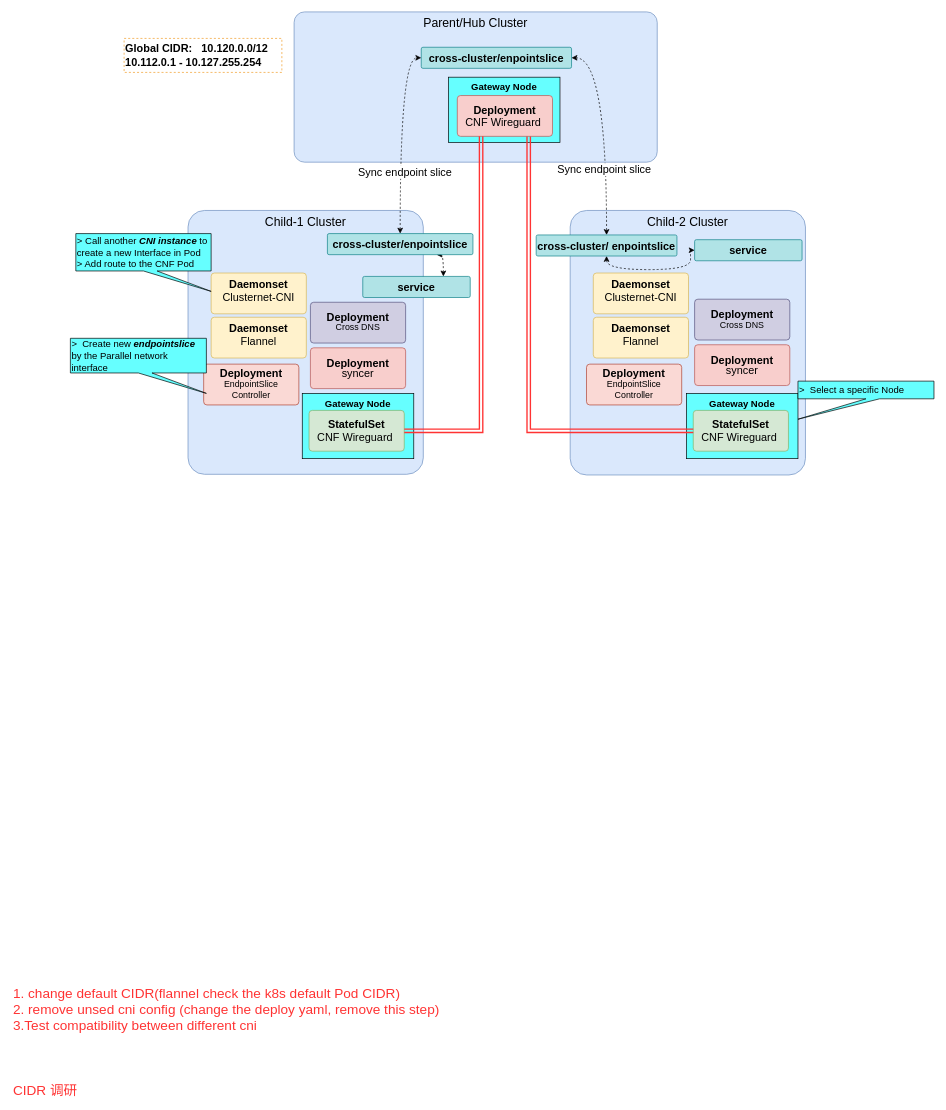
Before: page "sync ep slice" (2 of 10) of doc/clusternet_cni.drawio in HydraCNI/Hydra, a draw.io diagram. Source tidied: cells renumbered, new cells numbered last; positions are measured from the earlier drawing's top-left corner, leaving out a move shared by most shapes. Both pictures are drawn from the tidied source at 68%, with x=0, y=0 at pixel (12, 12).
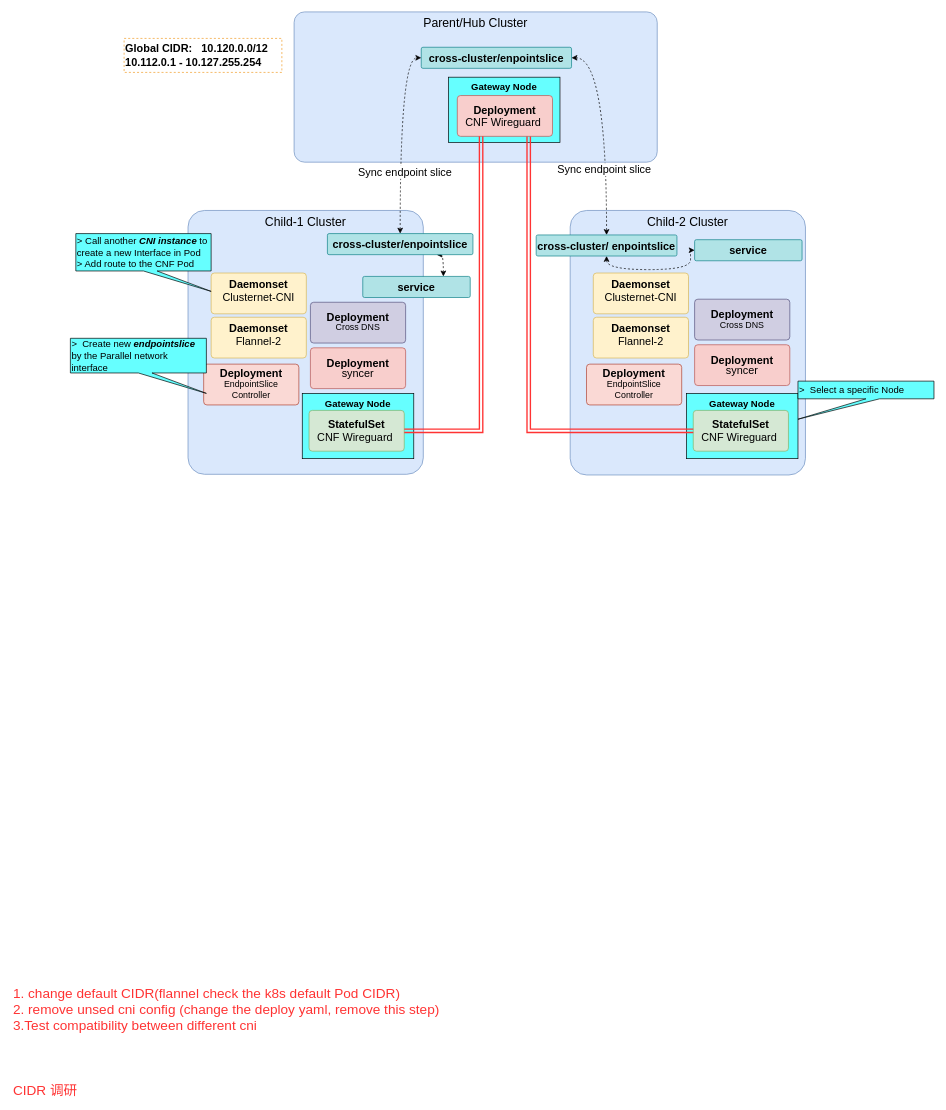
The same page after the edit.

The edit, as a diff of the source:
```diff
@@
-    <mxCell id="10" value="&lt;b&gt;Daemonset&lt;/b&gt;&lt;br&gt;Flannel" style="rounded=1;whiteSpace=wrap;html=1;fontSize=16;fillColor=#fff2cc;arcSize=8;strokeColor=#d6b656;verticalAlign=top;" parent="1" vertex="1">
+    <mxCell id="10" value="&lt;b&gt;Daemonset&lt;/b&gt;&lt;br&gt;Flannel-2" style="rounded=1;whiteSpace=wrap;html=1;fontSize=16;fillColor=#fff2cc;arcSize=8;strokeColor=#d6b656;verticalAlign=top;" parent="1" vertex="1">
       <mxGeometry x="293" y="449" width="140" height="60" as="geometry" />
     </mxCell>
@@
-    <mxCell id="16" value="&lt;b&gt;Daemonset&lt;/b&gt;&lt;br&gt;Flannel" style="rounded=1;whiteSpace=wrap;html=1;fontSize=16;fillColor=#fff2cc;arcSize=8;strokeColor=#d6b656;verticalAlign=top;" parent="1" vertex="1">
+    <mxCell id="16" value="&lt;b&gt;Daemonset&lt;/b&gt;&lt;br&gt;Flannel-2" style="rounded=1;whiteSpace=wrap;html=1;fontSize=16;fillColor=#fff2cc;arcSize=8;strokeColor=#d6b656;verticalAlign=top;" parent="1" vertex="1">
       <mxGeometry x="855" y="449" width="140" height="60" as="geometry" />
     </mxCell>
```
